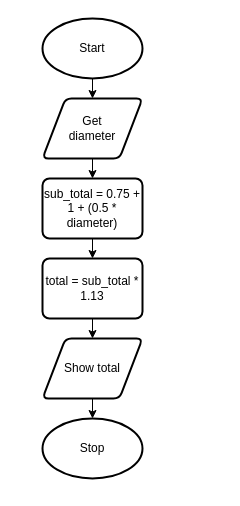
Above: drawio/flowchart/flowchart.drawio in Aidan-Lalonde-Novales/ICS3U-Python-Template (draw.io), before the change. Source tidied: cells renumbered, new cells numbered last; positions are measured from the earlier drawing's top-left corner, leaving out a move shared by most shapes. Both pictures are drawn from the tidied source at 100%, with x=0, y=0 at pixel (42, 18).
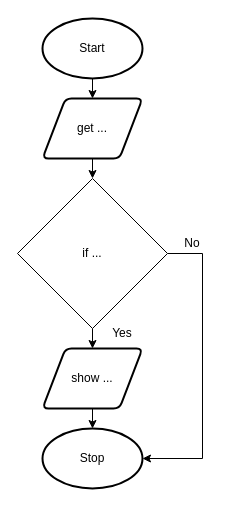
Above is the later version.

The edit, as a diff of the source:
```diff
@@
 <mxGraphModel>
   <root>
     <mxCell id="0" />
     <mxCell id="1" parent="0" />
     <mxCell id="2" style="edgeStyle=none;html=1;exitX=0.5;exitY=1;exitDx=0;exitDy=0;exitPerimeter=0;entryX=0.5;entryY=0;entryDx=0;entryDy=0;" parent="1" edge="1" source="3" target="5">
       <mxGeometry relative="1" as="geometry" />
     </mxCell>
     <mxCell id="3" value="Start" style="strokeWidth=2;html=1;shape=mxgraph.flowchart.start_1;whiteSpace=wrap;" parent="1" vertex="1">
       <mxGeometry width="100" height="60" as="geometry" />
     </mxCell>
-    <mxCell id="4" style="edgeStyle=none;html=1;exitX=0.5;exitY=1;exitDx=0;exitDy=0;entryX=0.5;entryY=0;entryDx=0;entryDy=0;" parent="1" edge="1" source="5" target="7">
-      <mxGeometry relative="1" as="geometry" />
+    <mxCell id="4" style="edgeStyle=none;html=1;exitX=0.5;exitY=1;exitDx=0;exitDy=0;entryX=0.5;entryY=0;entryDx=0;entryDy=0;" parent="1" edge="1" source="5">
+      <mxGeometry relative="1" as="geometry">
+        <mxPoint x="50" y="160" as="targetPoint" />
+      </mxGeometry>
     </mxCell>
-    <mxCell id="5" value="Get&lt;br&gt;diameter" style="shape=parallelogram;html=1;strokeWidth=2;perimeter=parallelogramPerimeter;whiteSpace=wrap;rounded=1;arcSize=12;size=0.23;" parent="1" vertex="1">
+    <mxCell id="5" value="get ..." style="shape=parallelogram;html=1;strokeWidth=2;perimeter=parallelogramPerimeter;whiteSpace=wrap;rounded=1;arcSize=12;size=0.23;" parent="1" vertex="1">
       <mxGeometry y="80" width="100" height="60" as="geometry" />
     </mxCell>
-    <mxCell id="6" style="edgeStyle=none;html=1;exitX=0.5;exitY=1;exitDx=0;exitDy=0;entryX=0.5;entryY=0;entryDx=0;entryDy=0;" parent="1" edge="1" source="7" target="9">
-      <mxGeometry relative="1" as="geometry" />
-    </mxCell>
-    <mxCell id="7" value="sub_total = 0.75 + 1 + (0.5 * diameter)" style="rounded=1;whiteSpace=wrap;html=1;absoluteArcSize=1;arcSize=14;strokeWidth=2;" parent="1" vertex="1">
-      <mxGeometry y="160" width="100" height="60" as="geometry" />
-    </mxCell>
-    <mxCell id="8" style="edgeStyle=none;html=1;exitX=0.5;exitY=1;exitDx=0;exitDy=0;entryX=0.5;entryY=0;entryDx=0;entryDy=0;" parent="1" edge="1" source="9" target="11">
-      <mxGeometry relative="1" as="geometry" />
-    </mxCell>
-    <mxCell id="9" value="total = sub_total * 1.13" style="rounded=1;whiteSpace=wrap;html=1;absoluteArcSize=1;arcSize=14;strokeWidth=2;" parent="1" vertex="1">
-      <mxGeometry y="240" width="100" height="60" as="geometry" />
-    </mxCell>
     <mxCell id="10" style="edgeStyle=none;html=1;exitX=0.5;exitY=1;exitDx=0;exitDy=0;entryX=0.5;entryY=0;entryDx=0;entryDy=0;entryPerimeter=0;" parent="1" edge="1" source="11" target="12">
       <mxGeometry relative="1" as="geometry" />
     </mxCell>
-    <mxCell id="11" value="Show total" style="shape=parallelogram;html=1;strokeWidth=2;perimeter=parallelogramPerimeter;whiteSpace=wrap;rounded=1;arcSize=12;size=0.23;" parent="1" vertex="1">
-      <mxGeometry y="320" width="100" height="60" as="geometry" />
+    <mxCell id="11" value="show ..." style="shape=parallelogram;html=1;strokeWidth=2;perimeter=parallelogramPerimeter;whiteSpace=wrap;rounded=1;arcSize=12;size=0.23;" parent="1" vertex="1">
+      <mxGeometry y="330" width="100" height="60" as="geometry" />
     </mxCell>
     <mxCell id="12" value="Stop" style="strokeWidth=2;html=1;shape=mxgraph.flowchart.start_1;whiteSpace=wrap;" parent="1" vertex="1">
-      <mxGeometry y="400" width="100" height="60" as="geometry" />
+      <mxGeometry y="410" width="100" height="60" as="geometry" />
     </mxCell>
+    <mxCell id="13" style="edgeStyle=none;html=1;exitX=0.5;exitY=1;exitDx=0;exitDy=0;entryX=0.5;entryY=0;entryDx=0;entryDy=0;" parent="1" edge="1" source="15" target="11">
+      <mxGeometry relative="1" as="geometry" />
+    </mxCell>
+    <mxCell id="14" style="edgeStyle=none;html=1;exitX=1;exitY=0.5;exitDx=0;exitDy=0;entryX=1;entryY=0.5;entryDx=0;entryDy=0;entryPerimeter=0;rounded=0;" parent="1" edge="1" source="15" target="12">
+      <mxGeometry relative="1" as="geometry">
+        <Array as="points">
+          <mxPoint x="160" y="235" />
+          <mxPoint x="160" y="440" />
+        </Array>
+      </mxGeometry>
+    </mxCell>
+    <mxCell id="15" value="if ..." style="rhombus;whiteSpace=wrap;html=1;" parent="1" vertex="1">
+      <mxGeometry x="-25" y="160" width="150" height="150" as="geometry" />
+    </mxCell>
+    <mxCell id="16" value="Yes" style="text;html=1;strokeColor=none;fillColor=none;align=center;verticalAlign=middle;whiteSpace=wrap;rounded=0;" parent="1" vertex="1">
+      <mxGeometry x="50" y="300" width="60" height="30" as="geometry" />
+    </mxCell>
+    <mxCell id="17" value="No" style="text;html=1;strokeColor=none;fillColor=none;align=center;verticalAlign=middle;whiteSpace=wrap;rounded=0;" parent="1" vertex="1">
+      <mxGeometry x="120" y="210" width="60" height="30" as="geometry" />
+    </mxCell>
   </root>
 </mxGraphModel>
```
